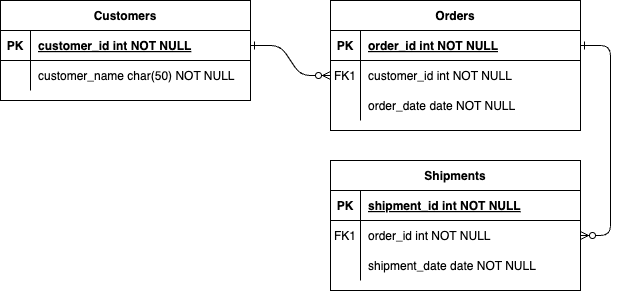
jimni0/2025_database_ERD keeps this draw.io diagram as problem1.drawio.png. Above is the earlier version. Source tidied: cells renumbered, new cells last; positions are measured from the earlier drawing's top-left corner, leaving out a move shared by most shapes. Source of this version:
```xml
<mxGraphModel>
  <root>
    <mxCell id="0" />
    <mxCell id="1" parent="0" />
    <mxCell id="2" style="edgeStyle=entityRelationEdgeStyle;endArrow=ERzeroToMany;startArrow=ERone;endFill=1;startFill=0;" parent="1" edge="1" source="25" target="8">
      <mxGeometry relative="1" as="geometry" />
    </mxCell>
    <mxCell id="3" style="edgeStyle=entityRelationEdgeStyle;endArrow=ERzeroToMany;startArrow=ERone;endFill=1;startFill=0;" parent="1" edge="1" source="5" target="18">
      <mxGeometry relative="1" as="geometry" />
    </mxCell>
    <mxCell id="4" value="Orders" style="shape=table;startSize=30;rowLines=0;fontStyle=1;align=center;" parent="1" vertex="1">
      <mxGeometry x="330" width="250" height="130" as="geometry" />
    </mxCell>
    <mxCell id="5" style="shape=partialRectangle;fillColor=none;points=[[0,0.5],[1,0.5]];portConstraint=eastwest;top=0;left=0;right=0;bottom=1;" parent="4" vertex="1">
      <mxGeometry y="30" width="250" height="30" as="geometry" />
    </mxCell>
    <mxCell id="6" value="PK" style="shape=partialRectangle;overflow=hidden;fillColor=none;top=0;left=0;bottom=0;right=0;fontStyle=1;" parent="5" vertex="1">
      <mxGeometry width="30" height="30" as="geometry" />
    </mxCell>
    <mxCell id="7" value="order_id int NOT NULL " style="shape=partialRectangle;overflow=hidden;fillColor=none;top=0;left=0;bottom=0;right=0;align=left;spacingLeft=6;fontStyle=5;" parent="5" vertex="1">
      <mxGeometry x="30" width="220" height="30" as="geometry" />
    </mxCell>
    <mxCell id="8" style="shape=partialRectangle;fillColor=none;points=[[0,0.5],[1,0.5]];portConstraint=eastwest;top=0;left=0;right=0;bottom=0;" parent="4" vertex="1">
      <mxGeometry y="60" width="250" height="30" as="geometry" />
    </mxCell>
    <mxCell id="9" value="FK1" style="shape=partialRectangle;overflow=hidden;fillColor=none;top=0;left=0;bottom=0;right=0;" parent="8" vertex="1">
      <mxGeometry width="30" height="30" as="geometry" />
    </mxCell>
    <mxCell id="10" value="customer_id int NOT NULL" style="shape=partialRectangle;overflow=hidden;fillColor=none;top=0;left=0;bottom=0;right=0;align=left;spacingLeft=6;" parent="8" vertex="1">
      <mxGeometry x="30" width="220" height="30" as="geometry" />
    </mxCell>
    <mxCell id="11" style="shape=partialRectangle;fillColor=none;top=0;left=0;right=0;bottom=0;" parent="4" vertex="1">
      <mxGeometry y="90" width="250" height="30" as="geometry" />
    </mxCell>
    <mxCell id="12" style="shape=partialRectangle;overflow=hidden;fillColor=none;top=0;left=0;bottom=0;right=0;" parent="11" vertex="1">
      <mxGeometry width="30" height="30" as="geometry" />
    </mxCell>
    <mxCell id="13" value="order_date date NOT NULL" style="shape=partialRectangle;overflow=hidden;fillColor=none;top=0;left=0;bottom=0;right=0;align=left;spacingLeft=6;" parent="11" vertex="1">
      <mxGeometry x="30" width="220" height="30" as="geometry" />
    </mxCell>
    <mxCell id="14" value="Shipments" style="shape=table;startSize=30;rowLines=0;fontStyle=1;align=center;" parent="1" vertex="1">
      <mxGeometry x="330" y="160" width="250" height="130" as="geometry" />
    </mxCell>
    <mxCell id="15" style="shape=partialRectangle;fillColor=none;top=0;left=0;right=0;bottom=1;" parent="14" vertex="1">
      <mxGeometry y="30" width="250" height="30" as="geometry" />
    </mxCell>
    <mxCell id="16" value="PK" style="shape=partialRectangle;overflow=hidden;fillColor=none;top=0;left=0;bottom=0;right=0;fontStyle=1;" parent="15" vertex="1">
      <mxGeometry width="30" height="30" as="geometry" />
    </mxCell>
    <mxCell id="17" value="shipment_id int NOT NULL " style="shape=partialRectangle;overflow=hidden;fillColor=none;top=0;left=0;bottom=0;right=0;align=left;spacingLeft=6;fontStyle=5;" parent="15" vertex="1">
      <mxGeometry x="30" width="220" height="30" as="geometry" />
    </mxCell>
    <mxCell id="18" style="shape=partialRectangle;fillColor=none;points=[[0,0.5],[1,0.5]];portConstraint=eastwest;top=0;left=0;right=0;bottom=0;" parent="14" vertex="1">
      <mxGeometry y="60" width="250" height="30" as="geometry" />
    </mxCell>
    <mxCell id="19" value="FK1" style="shape=partialRectangle;overflow=hidden;fillColor=none;top=0;left=0;bottom=0;right=0;" parent="18" vertex="1">
      <mxGeometry width="30" height="30" as="geometry" />
    </mxCell>
    <mxCell id="20" value="order_id int NOT NULL" style="shape=partialRectangle;overflow=hidden;fillColor=none;top=0;left=0;bottom=0;right=0;align=left;spacingLeft=6;" parent="18" vertex="1">
      <mxGeometry x="30" width="220" height="30" as="geometry" />
    </mxCell>
    <mxCell id="21" style="shape=partialRectangle;fillColor=none;top=0;left=0;right=0;bottom=0;" parent="14" vertex="1">
      <mxGeometry y="90" width="250" height="30" as="geometry" />
    </mxCell>
    <mxCell id="22" style="shape=partialRectangle;overflow=hidden;fillColor=none;top=0;left=0;bottom=0;right=0;" parent="21" vertex="1">
      <mxGeometry width="30" height="30" as="geometry" />
    </mxCell>
    <mxCell id="23" value="shipment_date date NOT NULL" style="shape=partialRectangle;overflow=hidden;fillColor=none;top=0;left=0;bottom=0;right=0;align=left;spacingLeft=6;" parent="21" vertex="1">
      <mxGeometry x="30" width="220" height="30" as="geometry" />
    </mxCell>
    <mxCell id="24" value="Customers" style="shape=table;startSize=30;rowLines=0;fontStyle=1;align=center;" parent="1" vertex="1">
      <mxGeometry width="250" height="100" as="geometry" />
    </mxCell>
    <mxCell id="25" style="shape=partialRectangle;fillColor=none;points=[[0,0.5],[1,0.5]];portConstraint=eastwest;top=0;left=0;right=0;bottom=1;" parent="24" vertex="1">
      <mxGeometry y="30" width="250" height="30" as="geometry" />
    </mxCell>
    <mxCell id="26" value="PK" style="shape=partialRectangle;overflow=hidden;fillColor=none;top=0;left=0;bottom=0;right=0;fontStyle=1;" parent="25" vertex="1">
      <mxGeometry width="30" height="30" as="geometry" />
    </mxCell>
    <mxCell id="27" value="customer_id int NOT NULL " style="shape=partialRectangle;overflow=hidden;fillColor=none;top=0;left=0;bottom=0;right=0;align=left;spacingLeft=6;fontStyle=5;" parent="25" vertex="1">
      <mxGeometry x="30" width="220" height="30" as="geometry" />
    </mxCell>
    <mxCell id="28" style="shape=partialRectangle;fillColor=none;top=0;left=0;right=0;bottom=0;" parent="24" vertex="1">
      <mxGeometry y="60" width="250" height="30" as="geometry" />
    </mxCell>
    <mxCell id="29" style="shape=partialRectangle;overflow=hidden;fillColor=none;top=0;left=0;bottom=0;right=0;" parent="28" vertex="1">
      <mxGeometry width="30" height="30" as="geometry" />
    </mxCell>
    <mxCell id="30" value="customer_name char(50) NOT NULL" style="shape=partialRectangle;overflow=hidden;fillColor=none;top=0;left=0;bottom=0;right=0;align=left;spacingLeft=6;" parent="28" vertex="1">
      <mxGeometry x="30" width="220" height="30" as="geometry" />
    </mxCell>
  </root>
</mxGraphModel>
```
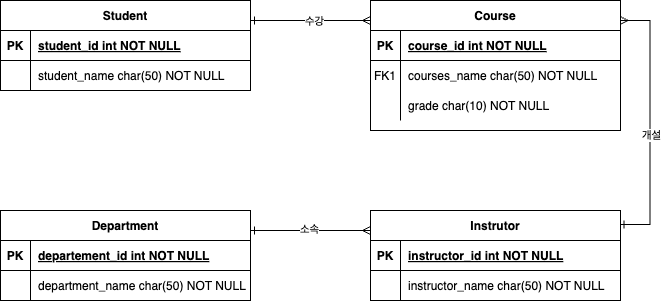
After the commit.

What changed in the source:
```diff
@@ -2,14 +2,8 @@
   <root>
     <mxCell id="0" />
     <mxCell id="1" parent="0" />
-    <mxCell id="2" style="edgeStyle=entityRelationEdgeStyle;endArrow=ERzeroToMany;startArrow=ERone;endFill=1;startFill=0;" parent="1" edge="1" source="25" target="8">
-      <mxGeometry relative="1" as="geometry" />
-    </mxCell>
-    <mxCell id="3" style="edgeStyle=entityRelationEdgeStyle;endArrow=ERzeroToMany;startArrow=ERone;endFill=1;startFill=0;" parent="1" edge="1" source="5" target="18">
-      <mxGeometry relative="1" as="geometry" />
-    </mxCell>
-    <mxCell id="4" value="Orders" style="shape=table;startSize=30;rowLines=0;fontStyle=1;align=center;" parent="1" vertex="1">
-      <mxGeometry x="330" width="250" height="130" as="geometry" />
+    <mxCell id="4" value="Course" style="shape=table;startSize=30;rowLines=0;fontStyle=1;align=center;" parent="1" vertex="1">
+      <mxGeometry x="380" y="10" width="250" height="130" as="geometry" />
     </mxCell>
     <mxCell id="5" style="shape=partialRectangle;fillColor=none;points=[[0,0.5],[1,0.5]];portConstraint=eastwest;top=0;left=0;right=0;bottom=1;" parent="4" vertex="1">
       <mxGeometry y="30" width="250" height="30" as="geometry" />
@@ -17,7 +11,7 @@
     <mxCell id="6" value="PK" style="shape=partialRectangle;overflow=hidden;fillColor=none;top=0;left=0;bottom=0;right=0;fontStyle=1;" parent="5" vertex="1">
       <mxGeometry width="30" height="30" as="geometry" />
     </mxCell>
-    <mxCell id="7" value="order_id int NOT NULL " style="shape=partialRectangle;overflow=hidden;fillColor=none;top=0;left=0;bottom=0;right=0;align=left;spacingLeft=6;fontStyle=5;" parent="5" vertex="1">
+    <mxCell id="7" value="course_id int NOT NULL " style="shape=partialRectangle;overflow=hidden;fillColor=none;top=0;left=0;bottom=0;right=0;align=left;spacingLeft=6;fontStyle=5;" parent="5" vertex="1">
       <mxGeometry x="30" width="220" height="30" as="geometry" />
     </mxCell>
     <mxCell id="8" style="shape=partialRectangle;fillColor=none;points=[[0,0.5],[1,0.5]];portConstraint=eastwest;top=0;left=0;right=0;bottom=0;" parent="4" vertex="1">
@@ -26,7 +20,7 @@
     <mxCell id="9" value="FK1" style="shape=partialRectangle;overflow=hidden;fillColor=none;top=0;left=0;bottom=0;right=0;" parent="8" vertex="1">
       <mxGeometry width="30" height="30" as="geometry" />
     </mxCell>
-    <mxCell id="10" value="customer_id int NOT NULL" style="shape=partialRectangle;overflow=hidden;fillColor=none;top=0;left=0;bottom=0;right=0;align=left;spacingLeft=6;" parent="8" vertex="1">
+    <mxCell id="10" value="courses_name char(50) NOT NULL" style="shape=partialRectangle;overflow=hidden;fillColor=none;top=0;left=0;bottom=0;right=0;align=left;spacingLeft=6;" parent="8" vertex="1">
       <mxGeometry x="30" width="220" height="30" as="geometry" />
     </mxCell>
     <mxCell id="11" style="shape=partialRectangle;fillColor=none;top=0;left=0;right=0;bottom=0;" parent="4" vertex="1">
@@ -35,41 +29,11 @@
     <mxCell id="12" style="shape=partialRectangle;overflow=hidden;fillColor=none;top=0;left=0;bottom=0;right=0;" parent="11" vertex="1">
       <mxGeometry width="30" height="30" as="geometry" />
     </mxCell>
-    <mxCell id="13" value="order_date date NOT NULL" style="shape=partialRectangle;overflow=hidden;fillColor=none;top=0;left=0;bottom=0;right=0;align=left;spacingLeft=6;" parent="11" vertex="1">
+    <mxCell id="13" value="grade char(10) NOT NULL" style="shape=partialRectangle;overflow=hidden;fillColor=none;top=0;left=0;bottom=0;right=0;align=left;spacingLeft=6;" parent="11" vertex="1">
       <mxGeometry x="30" width="220" height="30" as="geometry" />
     </mxCell>
-    <mxCell id="14" value="Shipments" style="shape=table;startSize=30;rowLines=0;fontStyle=1;align=center;" parent="1" vertex="1">
-      <mxGeometry x="330" y="160" width="250" height="130" as="geometry" />
-    </mxCell>
-    <mxCell id="15" style="shape=partialRectangle;fillColor=none;top=0;left=0;right=0;bottom=1;" parent="14" vertex="1">
-      <mxGeometry y="30" width="250" height="30" as="geometry" />
-    </mxCell>
-    <mxCell id="16" value="PK" style="shape=partialRectangle;overflow=hidden;fillColor=none;top=0;left=0;bottom=0;right=0;fontStyle=1;" parent="15" vertex="1">
-      <mxGeometry width="30" height="30" as="geometry" />
-    </mxCell>
-    <mxCell id="17" value="shipment_id int NOT NULL " style="shape=partialRectangle;overflow=hidden;fillColor=none;top=0;left=0;bottom=0;right=0;align=left;spacingLeft=6;fontStyle=5;" parent="15" vertex="1">
-      <mxGeometry x="30" width="220" height="30" as="geometry" />
-    </mxCell>
-    <mxCell id="18" style="shape=partialRectangle;fillColor=none;points=[[0,0.5],[1,0.5]];portConstraint=eastwest;top=0;left=0;right=0;bottom=0;" parent="14" vertex="1">
-      <mxGeometry y="60" width="250" height="30" as="geometry" />
-    </mxCell>
-    <mxCell id="19" value="FK1" style="shape=partialRectangle;overflow=hidden;fillColor=none;top=0;left=0;bottom=0;right=0;" parent="18" vertex="1">
-      <mxGeometry width="30" height="30" as="geometry" />
-    </mxCell>
-    <mxCell id="20" value="order_id int NOT NULL" style="shape=partialRectangle;overflow=hidden;fillColor=none;top=0;left=0;bottom=0;right=0;align=left;spacingLeft=6;" parent="18" vertex="1">
-      <mxGeometry x="30" width="220" height="30" as="geometry" />
-    </mxCell>
-    <mxCell id="21" style="shape=partialRectangle;fillColor=none;top=0;left=0;right=0;bottom=0;" parent="14" vertex="1">
-      <mxGeometry y="90" width="250" height="30" as="geometry" />
-    </mxCell>
-    <mxCell id="22" style="shape=partialRectangle;overflow=hidden;fillColor=none;top=0;left=0;bottom=0;right=0;" parent="21" vertex="1">
-      <mxGeometry width="30" height="30" as="geometry" />
-    </mxCell>
-    <mxCell id="23" value="shipment_date date NOT NULL" style="shape=partialRectangle;overflow=hidden;fillColor=none;top=0;left=0;bottom=0;right=0;align=left;spacingLeft=6;" parent="21" vertex="1">
-      <mxGeometry x="30" width="220" height="30" as="geometry" />
-    </mxCell>
-    <mxCell id="24" value="Customers" style="shape=table;startSize=30;rowLines=0;fontStyle=1;align=center;" parent="1" vertex="1">
-      <mxGeometry width="250" height="100" as="geometry" />
+    <mxCell id="24" value="Instrutor" style="shape=table;startSize=30;rowLines=0;fontStyle=1;align=center;" parent="1" vertex="1">
+      <mxGeometry x="380" y="220" width="250" height="90" as="geometry" />
     </mxCell>
     <mxCell id="25" style="shape=partialRectangle;fillColor=none;points=[[0,0.5],[1,0.5]];portConstraint=eastwest;top=0;left=0;right=0;bottom=1;" parent="24" vertex="1">
       <mxGeometry y="30" width="250" height="30" as="geometry" />
@@ -77,7 +41,7 @@
     <mxCell id="26" value="PK" style="shape=partialRectangle;overflow=hidden;fillColor=none;top=0;left=0;bottom=0;right=0;fontStyle=1;" parent="25" vertex="1">
       <mxGeometry width="30" height="30" as="geometry" />
     </mxCell>
-    <mxCell id="27" value="customer_id int NOT NULL " style="shape=partialRectangle;overflow=hidden;fillColor=none;top=0;left=0;bottom=0;right=0;align=left;spacingLeft=6;fontStyle=5;" parent="25" vertex="1">
+    <mxCell id="27" value="instructor_id int NOT NULL " style="shape=partialRectangle;overflow=hidden;fillColor=none;top=0;left=0;bottom=0;right=0;align=left;spacingLeft=6;fontStyle=5;" parent="25" vertex="1">
       <mxGeometry x="30" width="220" height="30" as="geometry" />
     </mxCell>
     <mxCell id="28" style="shape=partialRectangle;fillColor=none;top=0;left=0;right=0;bottom=0;" parent="24" vertex="1">
@@ -86,8 +50,76 @@
     <mxCell id="29" style="shape=partialRectangle;overflow=hidden;fillColor=none;top=0;left=0;bottom=0;right=0;" parent="28" vertex="1">
       <mxGeometry width="30" height="30" as="geometry" />
     </mxCell>
-    <mxCell id="30" value="customer_name char(50) NOT NULL" style="shape=partialRectangle;overflow=hidden;fillColor=none;top=0;left=0;bottom=0;right=0;align=left;spacingLeft=6;" parent="28" vertex="1">
+    <mxCell id="30" value="instructor_name char(50) NOT NULL" style="shape=partialRectangle;overflow=hidden;fillColor=none;top=0;left=0;bottom=0;right=0;align=left;spacingLeft=6;" parent="28" vertex="1">
       <mxGeometry x="30" width="220" height="30" as="geometry" />
     </mxCell>
+    <mxCell id="31" value="Student" style="shape=table;startSize=30;rowLines=0;fontStyle=1;align=center;" parent="1" vertex="1">
+      <mxGeometry x="10" y="10" width="250" height="90" as="geometry" />
+    </mxCell>
+    <mxCell id="32" style="shape=partialRectangle;fillColor=none;top=0;left=0;right=0;bottom=1;" parent="31" vertex="1">
+      <mxGeometry y="30" width="250" height="30" as="geometry" />
+    </mxCell>
+    <mxCell id="33" value="PK" style="shape=partialRectangle;overflow=hidden;fillColor=none;top=0;left=0;bottom=0;right=0;fontStyle=1;" parent="32" vertex="1">
+      <mxGeometry width="30" height="30" as="geometry" />
+    </mxCell>
+    <mxCell id="34" value="student_id int NOT NULL " style="shape=partialRectangle;overflow=hidden;fillColor=none;top=0;left=0;bottom=0;right=0;align=left;spacingLeft=6;fontStyle=5;" parent="32" vertex="1">
+      <mxGeometry x="30" width="220" height="30" as="geometry" />
+    </mxCell>
+    <mxCell id="35" style="shape=partialRectangle;fillColor=none;top=0;left=0;right=0;bottom=0;" parent="31" vertex="1">
+      <mxGeometry y="60" width="250" height="30" as="geometry" />
+    </mxCell>
+    <mxCell id="36" style="shape=partialRectangle;overflow=hidden;fillColor=none;top=0;left=0;bottom=0;right=0;" parent="35" vertex="1">
+      <mxGeometry width="30" height="30" as="geometry" />
+    </mxCell>
+    <mxCell id="37" value="student_name char(50) NOT NULL" style="shape=partialRectangle;overflow=hidden;fillColor=none;top=0;left=0;bottom=0;right=0;align=left;spacingLeft=6;" parent="35" vertex="1">
+      <mxGeometry x="30" width="220" height="30" as="geometry" />
+    </mxCell>
+    <mxCell id="38" value="Department" style="shape=table;startSize=30;rowLines=0;fontStyle=1;align=center;" parent="1" vertex="1">
+      <mxGeometry x="10" y="220" width="250" height="90" as="geometry" />
+    </mxCell>
+    <mxCell id="39" style="shape=partialRectangle;fillColor=none;top=0;left=0;right=0;bottom=1;" parent="38" vertex="1">
+      <mxGeometry y="30" width="250" height="30" as="geometry" />
+    </mxCell>
+    <mxCell id="40" value="PK" style="shape=partialRectangle;overflow=hidden;fillColor=none;top=0;left=0;bottom=0;right=0;fontStyle=1;" parent="39" vertex="1">
+      <mxGeometry width="30" height="30" as="geometry" />
+    </mxCell>
+    <mxCell id="41" value="departement_id int NOT NULL " style="shape=partialRectangle;overflow=hidden;fillColor=none;top=0;left=0;bottom=0;right=0;align=left;spacingLeft=6;fontStyle=5;" parent="39" vertex="1">
+      <mxGeometry x="30" width="220" height="30" as="geometry" />
+    </mxCell>
+    <mxCell id="42" style="shape=partialRectangle;fillColor=none;top=0;left=0;right=0;bottom=0;" parent="38" vertex="1">
+      <mxGeometry y="60" width="250" height="30" as="geometry" />
+    </mxCell>
+    <mxCell id="43" style="shape=partialRectangle;overflow=hidden;fillColor=none;top=0;left=0;bottom=0;right=0;" parent="42" vertex="1">
+      <mxGeometry width="30" height="30" as="geometry" />
+    </mxCell>
+    <mxCell id="44" value="department_name char(50) NOT NULL" style="shape=partialRectangle;overflow=hidden;fillColor=none;top=0;left=0;bottom=0;right=0;align=left;spacingLeft=6;" parent="42" vertex="1">
+      <mxGeometry x="30" width="220" height="30" as="geometry" />
+    </mxCell>
+    <mxCell id="45" style="endArrow=ERmany;html=1;rounded=0;startArrow=ERone;startFill=0;endFill=0;" parent="1" edge="1">
+      <mxGeometry relative="1" as="geometry">
+        <mxPoint x="260" y="30" as="sourcePoint" />
+        <mxPoint x="380" y="30" as="targetPoint" />
+      </mxGeometry>
+    </mxCell>
+    <mxCell id="46" value="수강" style="edgeLabel;html=1;align=center;verticalAlign=middle;" parent="45" vertex="1">
+      <mxGeometry x="0.04" relative="1" as="geometry" />
+    </mxCell>
+    <mxCell id="47" style="edgeStyle=entityRelationEdgeStyle;fontSize=12;html=1;endArrow=ERone;endFill=1;rounded=0;entryX=0.998;entryY=0.156;entryDx=0;entryDy=0;entryPerimeter=0;startArrow=ERmany;startFill=0;" parent="1" edge="1" target="24">
+      <mxGeometry relative="1" as="geometry">
+        <mxPoint x="629.5" y="30" as="sourcePoint" />
+      </mxGeometry>
+    </mxCell>
+    <mxCell id="48" value="개설" style="edgeLabel;html=1;align=center;verticalAlign=middle;" parent="47" vertex="1">
+      <mxGeometry x="0.1" y="1" relative="1" as="geometry" />
+    </mxCell>
+    <mxCell id="49" style="endArrow=ERmany;html=1;rounded=0;startArrow=ERone;startFill=0;endFill=0;" parent="1" edge="1">
+      <mxGeometry relative="1" as="geometry">
+        <mxPoint x="260" y="240" as="sourcePoint" />
+        <mxPoint x="380" y="240" as="targetPoint" />
+      </mxGeometry>
+    </mxCell>
+    <mxCell id="50" value="소속" style="edgeLabel;html=1;align=center;verticalAlign=middle;" parent="49" vertex="1">
+      <mxGeometry x="-0.03" y="2" relative="1" as="geometry" />
+    </mxCell>
   </root>
 </mxGraphModel>
```
